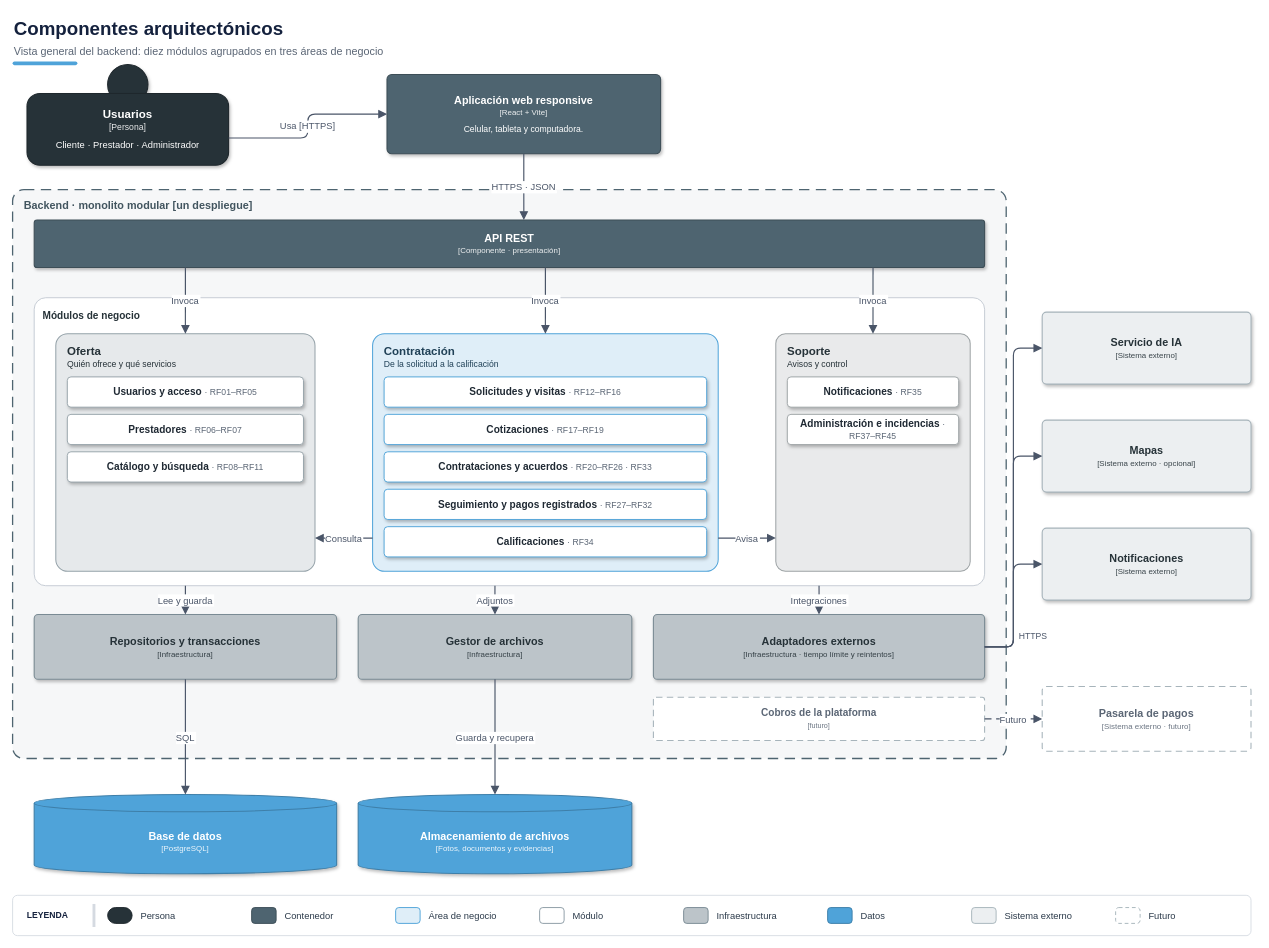
Roki-7/plataforma-servicios-construccion-ayacucho keeps this draw.io diagram as img/fuentes-svg/componentes-arquitectonicos.drawio. Above is the earlier version. Source tidied: cells renumbered, new cells numbered last; positions are measured from the earlier drawing's top-left corner, leaving out a move shared by most shapes. Both pictures are drawn from the tidied source at 72%, with x=0, y=0 at pixel (12, 12).
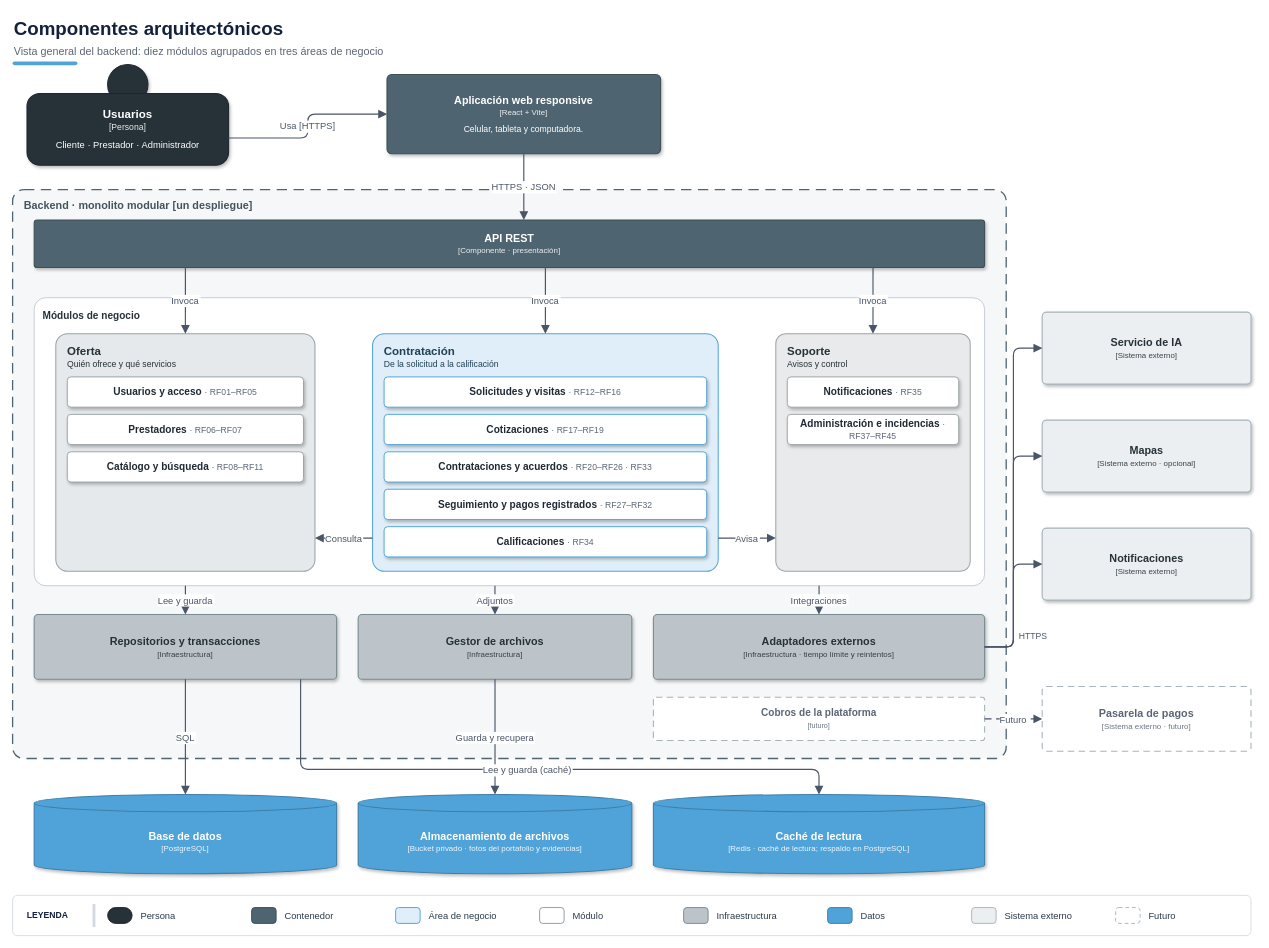
Above is the later version.

Unchanged cells that the change refers to:
```xml
<mxCell id="31" value="&lt;div style=&quot;color:#263238;line-height:1.3&quot;&gt;&lt;b style=&quot;font-size:15px&quot;&gt;Repositorios y transacciones&lt;/b&gt;&lt;br&gt;&lt;span style=&quot;font-size:11px;opacity:0.9&quot;&gt;[Infraestructura]&lt;/span&gt;&lt;/div&gt;" style="rounded=1;arcSize=6;whiteSpace=wrap;html=1;fillColor=#BCC4C9;strokeColor=#7A8B94;fontFamily=Helvetica;align=center;verticalAlign=middle;spacing=10;strokeWidth=1.5;shadow=1;" parent="1" vertex="1">
  <mxGeometry x="30" y="836" width="420" height="90" as="geometry" />
</mxCell>
```

The edit, as a diff of the source:
```diff
@@
-    <mxCell id="39" value="&lt;div style=&quot;color:#FFFFFF;line-height:1.3&quot;&gt;&lt;b style=&quot;font-size:15px&quot;&gt;Almacenamiento de archivos&lt;/b&gt;&lt;br&gt;&lt;span style=&quot;font-size:11px;opacity:0.9&quot;&gt;[Fotos, documentos y evidencias]&lt;/span&gt;&lt;/div&gt;" style="shape=cylinder3;whiteSpace=wrap;html=1;boundedLbl=1;backgroundOutline=1;size=12;fillColor=#4FA3D9;strokeColor=#3E7FA9;fontFamily=Helvetica;strokeWidth=1.5;spacing=8;shadow=1;" parent="1" vertex="1">
+    <mxCell id="39" value="&lt;div style=&quot;color:#FFFFFF;line-height:1.3&quot;&gt;&lt;b style=&quot;font-size:15px&quot;&gt;Almacenamiento de archivos&lt;/b&gt;&lt;br&gt;&lt;span style=&quot;font-size:11px;opacity:0.9&quot;&gt;[Bucket privado · fotos del portafolio y evidencias]&lt;/span&gt;&lt;/div&gt;" style="shape=cylinder3;whiteSpace=wrap;html=1;boundedLbl=1;backgroundOutline=1;size=12;fillColor=#4FA3D9;strokeColor=#3E7FA9;fontFamily=Helvetica;strokeWidth=1.5;spacing=8;shadow=1;" parent="1" vertex="1">
       <mxGeometry x="480" y="1086" width="380" height="110" as="geometry" />
     </mxCell>
@@
+    <mxCell id="70" value="&lt;div style=&quot;color:#FFFFFF;line-height:1.3&quot;&gt;&lt;b style=&quot;font-size:15px&quot;&gt;Caché de lectura&lt;/b&gt;&lt;br&gt;&lt;span style=&quot;font-size:11px;opacity:0.9&quot;&gt;[Redis · caché de lectura; respaldo en PostgreSQL]&lt;/span&gt;&lt;/div&gt;" style="shape=cylinder3;whiteSpace=wrap;html=1;boundedLbl=1;backgroundOutline=1;size=12;fillColor=#4FA3D9;strokeColor=#3E7FA9;fontFamily=Helvetica;strokeWidth=1.5;spacing=8;shadow=1;" parent="1" vertex="1">
+      <mxGeometry x="890" y="1086" width="460" height="110" as="geometry" />
+    </mxCell>
+    <mxCell id="71" value="Lee y guarda (caché)" style="edgeStyle=orthogonalEdgeStyle;rounded=1;html=0;strokeColor=#4A5568;strokeWidth=1.6;fontFamily=Helvetica;fontSize=13;fontColor=#4A5568;labelBackgroundColor=#FFFFFF;endArrow=block;endFill=1;endSize=8;exitX=0.881;exitY=1;exitDx=0;exitDy=0;entryX=0.5;entryY=0;entryDx=0;entryDy=0;" parent="1" edge="1" source="31" target="70">
+      <mxGeometry relative="1" as="geometry">
+        <Array as="points">
+          <mxPoint x="400" y="1051" />
+          <mxPoint x="1120" y="1051" />
+        </Array>
+      </mxGeometry>
+    </mxCell>
```
